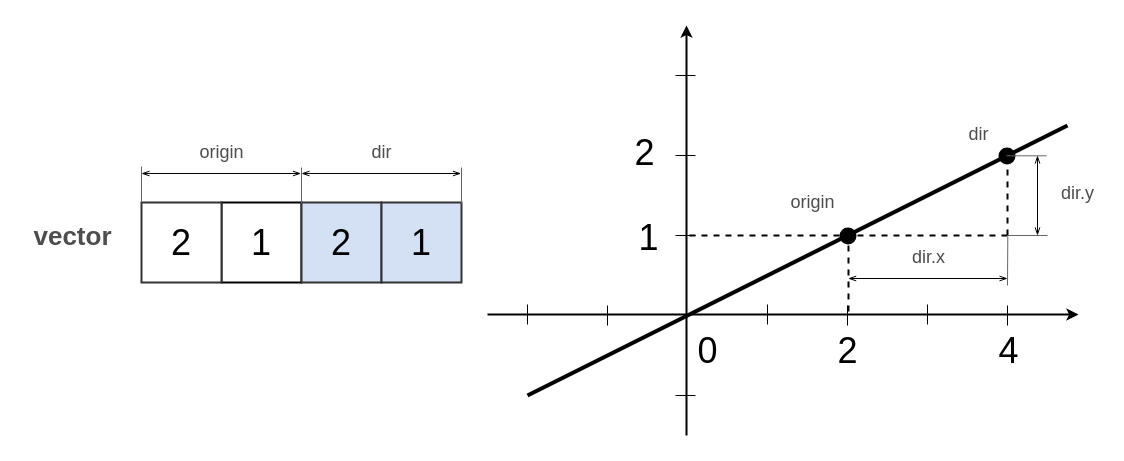
The draw.io diagram page "LinePointDir" (6 of 17) of doc/img/MathModels.drawio in Wandalen/wMathModels, before the edit. Source tidied: cells renumbered, new cells numbered last; positions are measured from the earlier drawing's top-left corner, leaving out a move shared by most shapes. Both pictures are drawn from the tidied source at 100%, with x=0, y=0 at pixel (17, 25).
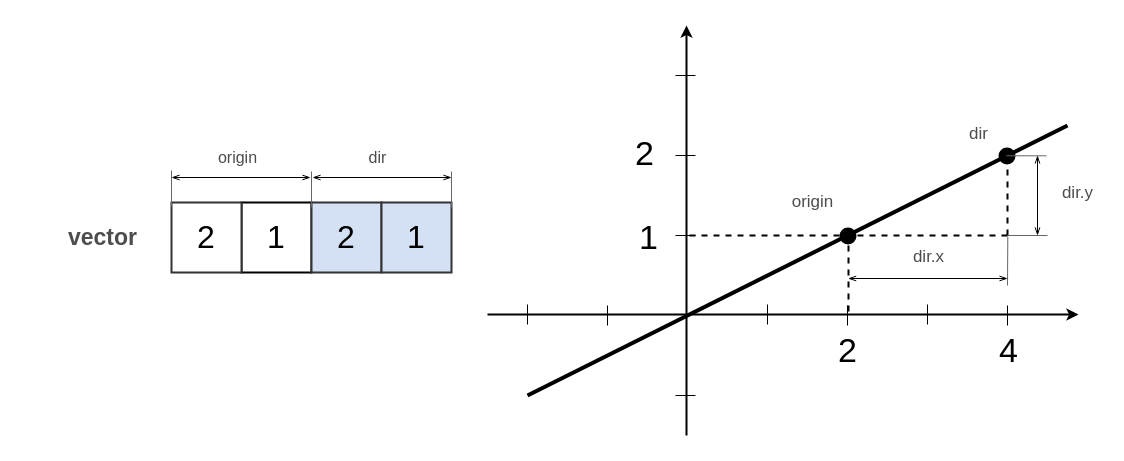
The same diagram, later.

Change to the diagram source:
```diff
@@
-    <mxCell id="4" value="&lt;font style=&quot;font-size: 36px&quot;&gt;2&lt;/font&gt;" style="text;html=1;align=center;verticalAlign=middle;" parent="1" vertex="1">
-      <mxGeometry x="607" y="112" width="40" height="30" as="geometry" />
+    <mxCell id="4" value="&lt;font style=&quot;font-size: 34px;&quot;&gt;2&lt;/font&gt;" style="text;html=1;align=center;verticalAlign=middle;fontSize=34;" parent="1" vertex="1">
+      <mxGeometry x="607" y="103" width="40" height="50" as="geometry" />
     </mxCell>
@@
-    <mxCell id="14" value="&lt;font style=&quot;font-size: 36px&quot;&gt;0&lt;/font&gt;" style="text;html=1;align=center;verticalAlign=middle;" parent="1" vertex="1">
-      <mxGeometry x="670" y="310" width="40" height="30" as="geometry" />
-    </mxCell>
-    <mxCell id="15" value="&lt;font style=&quot;font-size: 36px&quot;&gt;4&lt;/font&gt;" style="text;html=1;align=center;verticalAlign=middle;" parent="1" vertex="1">
-      <mxGeometry x="970.5" y="310" width="40" height="30" as="geometry" />
+    <mxCell id="15" value="&lt;font style=&quot;font-size: 34px;&quot;&gt;4&lt;/font&gt;" style="text;html=1;align=center;verticalAlign=middle;fontSize=34;" parent="1" vertex="1">
+      <mxGeometry x="970.5" y="300" width="40" height="50" as="geometry" />
     </mxCell>
@@
-    <mxCell id="20" value="dir" style="text;html=1;align=center;verticalAlign=middle;fontSize=18;fontColor=#4D4D4D;" parent="1" vertex="1">
+    <mxCell id="20" value="dir" style="text;html=1;align=center;verticalAlign=middle;fontSize=17;fontColor=#4D4D4D;" parent="1" vertex="1">
       <mxGeometry x="940.6" y="94" width="40" height="30" as="geometry" />
     </mxCell>
@@
-    <mxCell id="23" value="&lt;font style=&quot;font-size: 36px&quot;&gt;1&lt;/font&gt;" style="text;html=1;align=center;verticalAlign=middle;" parent="1" vertex="1">
-      <mxGeometry x="614" y="198" width="34" height="27" as="geometry" />
+    <mxCell id="23" value="&lt;font style=&quot;font-size: 34px;&quot;&gt;1&lt;/font&gt;" style="text;html=1;align=center;verticalAlign=middle;fontSize=34;" parent="1" vertex="1">
+      <mxGeometry x="611" y="187" width="40" height="50" as="geometry" />
     </mxCell>
@@
-    <mxCell id="25" value="origin" style="text;html=1;align=center;verticalAlign=middle;fontSize=18;fontColor=#4D4D4D;" parent="1" vertex="1">
+    <mxCell id="25" value="origin" style="text;html=1;align=center;verticalAlign=middle;fontSize=17;fontColor=#4D4D4D;" parent="1" vertex="1">
       <mxGeometry x="760" y="162" width="70" height="30" as="geometry" />
     </mxCell>
-    <mxCell id="26" value="&lt;font style=&quot;font-size: 36px&quot;&gt;2&lt;/font&gt;" style="text;html=1;align=center;verticalAlign=middle;" parent="1" vertex="1">
-      <mxGeometry x="810" y="310" width="40" height="30" as="geometry" />
+    <mxCell id="26" value="&lt;font style=&quot;font-size: 34px;&quot;&gt;2&lt;/font&gt;" style="text;html=1;align=center;verticalAlign=middle;fontSize=34;" parent="1" vertex="1">
+      <mxGeometry x="810" y="300" width="40" height="50" as="geometry" />
     </mxCell>
-    <mxCell id="27" value="1" style="whiteSpace=wrap;html=1;strokeWidth=2;fontSize=36;strokeColor=#000000;fillColor=#FFFFFF;" parent="1" vertex="1">
-      <mxGeometry x="204" y="177" width="80" height="80" as="geometry" />
+    <mxCell id="27" value="1" style="whiteSpace=wrap;html=1;strokeWidth=2;fontSize=32;strokeColor=#000000;fillColor=#FFFFFF;" parent="1" vertex="1">
+      <mxGeometry x="224" y="177" width="70" height="70" as="geometry" />
     </mxCell>
-    <mxCell id="28" value="2" style="whiteSpace=wrap;html=1;strokeWidth=2;fontSize=36;fillColor=#D4E1F5;strokeColor=#333333;" parent="1" vertex="1">
-      <mxGeometry x="284" y="177" width="80" height="80" as="geometry" />
+    <mxCell id="28" value="2" style="whiteSpace=wrap;html=1;strokeWidth=2;fontSize=32;fillColor=#D4E1F5;strokeColor=#333333;" parent="1" vertex="1">
+      <mxGeometry x="294" y="177" width="70" height="70" as="geometry" />
     </mxCell>
-    <mxCell id="29" value="1" style="whiteSpace=wrap;html=1;strokeWidth=2;fontSize=36;strokeColor=#333333;fillColor=#D4E1F5;" parent="1" vertex="1">
-      <mxGeometry x="364" y="177" width="80" height="80" as="geometry" />
+    <mxCell id="29" value="1" style="whiteSpace=wrap;html=1;strokeWidth=2;fontSize=32;strokeColor=#333333;fillColor=#D4E1F5;" parent="1" vertex="1">
+      <mxGeometry x="364" y="177" width="70" height="70" as="geometry" />
     </mxCell>
-    <mxCell id="30" value="vector" style="text;html=1;align=center;verticalAlign=middle;fontSize=26;fontColor=#4D4D4D;fontStyle=1;" parent="1" vertex="1">
-      <mxGeometry y="191" width="110" height="40" as="geometry" />
+    <mxCell id="30" value="vector" style="text;html=1;align=center;verticalAlign=middle;fontSize=23;fontColor=#4D4D4D;fontStyle=1;" parent="1" vertex="1">
+      <mxGeometry x="35" y="196.5" width="100" height="30" as="geometry" />
     </mxCell>
-    <mxCell id="31" value="origin" style="text;html=1;align=center;verticalAlign=middle;fontSize=18;fontColor=#4D4D4D;" parent="1" vertex="1">
-      <mxGeometry x="169" y="112" width="70" height="30" as="geometry" />
+    <mxCell id="31" value="origin" style="text;html=1;align=center;verticalAlign=middle;fontSize=16;fontColor=#4D4D4D;" parent="1" vertex="1">
+      <mxGeometry x="190" y="121.5" width="60" height="20" as="geometry" />
     </mxCell>
-    <mxCell id="32" value="2" style="whiteSpace=wrap;html=1;strokeWidth=2;fontSize=36;fillColor=#FFFFFF;strokeColor=#333333;" parent="1" vertex="1">
-      <mxGeometry x="124" y="177" width="80" height="80" as="geometry" />
+    <mxCell id="32" value="2" style="whiteSpace=wrap;html=1;strokeWidth=2;fontSize=32;fillColor=#FFFFFF;strokeColor=#333333;" parent="1" vertex="1">
+      <mxGeometry x="154" y="177" width="70" height="70" as="geometry" />
     </mxCell>
     <mxCell id="33" style="endArrow=openThin;startArrow=openThin;html=1;strokeColor=#000000;strokeWidth=1;fontSize=26;fontColor=#333333;startFill=0;endFill=0;" parent="1" edge="1">
       <mxGeometry relative="1" as="geometry">
-        <mxPoint x="124" y="148" as="sourcePoint" />
-        <mxPoint x="283.5" y="148" as="targetPoint" />
+        <mxPoint x="154" y="152" as="sourcePoint" />
+        <mxPoint x="293" y="152" as="targetPoint" />
       </mxGeometry>
     </mxCell>
     <mxCell id="34" style="endArrow=none;html=1;strokeColor=#666666;strokeWidth=1;fontSize=26;fontColor=#333333;exitX=0;exitY=0;exitDx=0;exitDy=0;" parent="1" edge="1">
       <mxGeometry relative="1" as="geometry">
-        <mxPoint x="124" y="177" as="sourcePoint" />
-        <mxPoint x="124" y="141" as="targetPoint" />
+        <mxPoint x="154" y="181" as="sourcePoint" />
+        <mxPoint x="154" y="145" as="targetPoint" />
       </mxGeometry>
     </mxCell>
     <mxCell id="35" style="endArrow=none;html=1;strokeColor=#666666;strokeWidth=1;fontSize=26;fontColor=#333333;exitX=0;exitY=0;exitDx=0;exitDy=0;" parent="1" edge="1">
       <mxGeometry relative="1" as="geometry">
-        <mxPoint x="284" y="178" as="sourcePoint" />
-        <mxPoint x="284" y="142" as="targetPoint" />
+        <mxPoint x="294" y="182" as="sourcePoint" />
+        <mxPoint x="294" y="146" as="targetPoint" />
       </mxGeometry>
     </mxCell>
-    <mxCell id="36" value="dir" style="text;html=1;align=center;verticalAlign=middle;fontSize=18;fontColor=#4D4D4D;" parent="1" vertex="1">
-      <mxGeometry x="344" y="112" width="40" height="30" as="geometry" />
+    <mxCell id="36" value="dir" style="text;html=1;align=center;verticalAlign=middle;fontSize=16;fontColor=#4D4D4D;" parent="1" vertex="1">
+      <mxGeometry x="340" y="122" width="40" height="20" as="geometry" />
     </mxCell>
     <mxCell id="37" style="endArrow=openThin;startArrow=openThin;html=1;strokeColor=#000000;strokeWidth=1;fontSize=26;fontColor=#333333;startFill=0;endFill=0;" parent="1" edge="1">
       <mxGeometry relative="1" as="geometry">
-        <mxPoint x="284" y="148" as="sourcePoint" />
-        <mxPoint x="443.5" y="148" as="targetPoint" />
+        <mxPoint x="295" y="152" as="sourcePoint" />
+        <mxPoint x="434" y="152" as="targetPoint" />
       </mxGeometry>
     </mxCell>
     <mxCell id="38" style="endArrow=none;html=1;strokeColor=#666666;strokeWidth=1;fontSize=26;fontColor=#333333;exitX=0;exitY=0;exitDx=0;exitDy=0;" parent="1" edge="1">
       <mxGeometry relative="1" as="geometry">
-        <mxPoint x="444" y="178" as="sourcePoint" />
-        <mxPoint x="444" y="142" as="targetPoint" />
+        <mxPoint x="434" y="182" as="sourcePoint" />
+        <mxPoint x="434" y="146" as="targetPoint" />
       </mxGeometry>
     </mxCell>
-    <mxCell id="39" value="dir.x" style="text;html=1;align=center;verticalAlign=middle;fontSize=18;fontColor=#4D4D4D;" parent="1" vertex="1">
-      <mxGeometry x="880.6" y="217" width="60" height="30" as="geometry" />
+    <mxCell id="39" value="dir.x" style="text;html=1;align=center;verticalAlign=middle;fontSize=17;fontColor=#4D4D4D;" parent="1" vertex="1">
+      <mxGeometry x="885.6" y="217" width="50" height="30" as="geometry" />
     </mxCell>
@@
-    <mxCell id="45" value="dir.y" style="text;html=1;align=center;verticalAlign=middle;fontSize=18;fontColor=#4D4D4D;" parent="1" vertex="1">
-      <mxGeometry x="1030" y="153" width="60" height="30" as="geometry" />
+    <mxCell id="45" value="dir.y" style="text;html=1;align=center;verticalAlign=middle;fontSize=17;fontColor=#4D4D4D;" parent="1" vertex="1">
+      <mxGeometry x="1035" y="153" width="50" height="30" as="geometry" />
     </mxCell>
```
